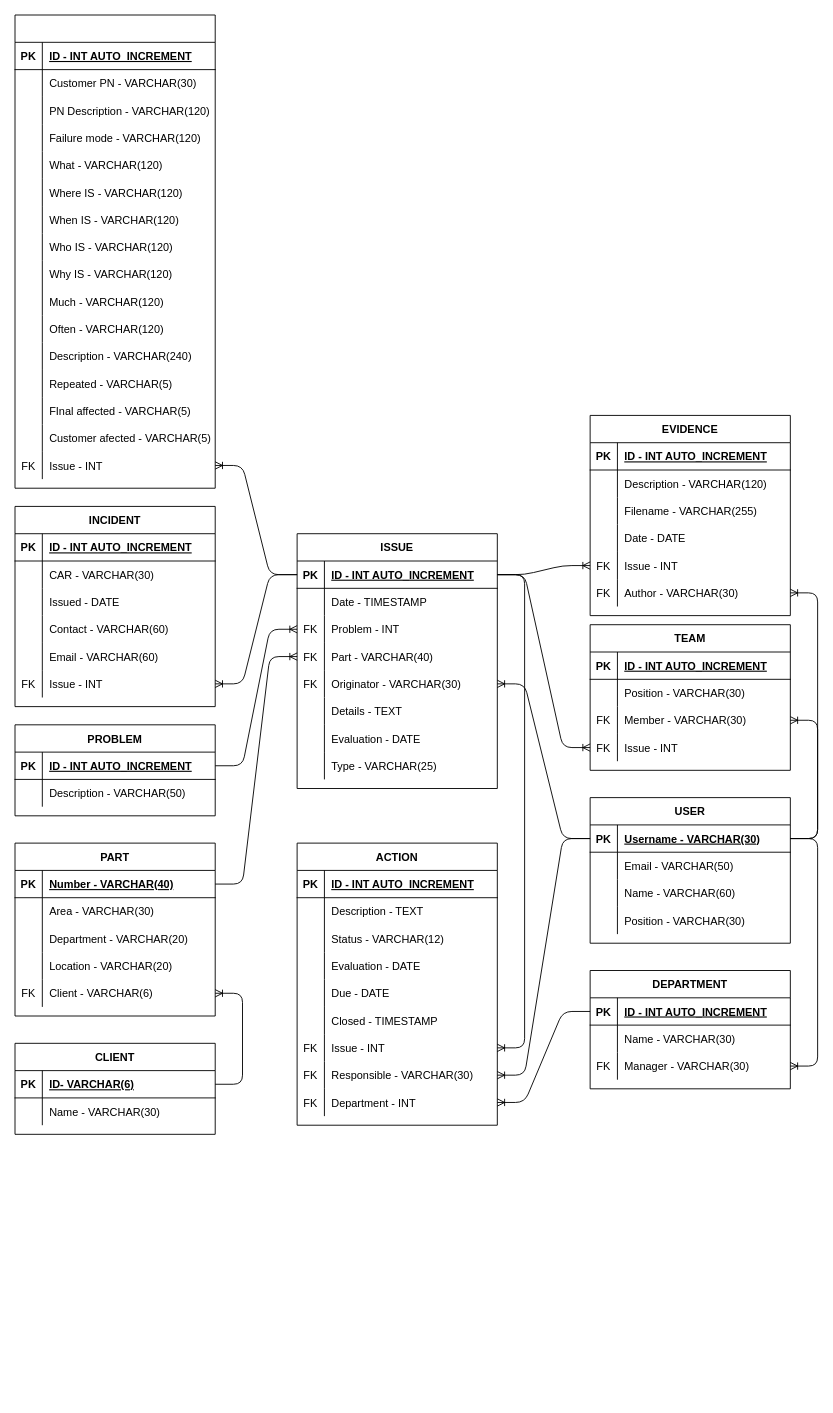
Above: api/db/model/TableDiagram.drawio in FFahrenheit/ScrapActionListAPI (draw.io), before the change. Source tidied: cells renumbered, new cells numbered last; positions are measured from the earlier drawing's top-left corner, leaving out a move shared by most shapes. Both pictures are drawn from the tidied source at 91%, with x=0, y=0 at pixel (15, 15).
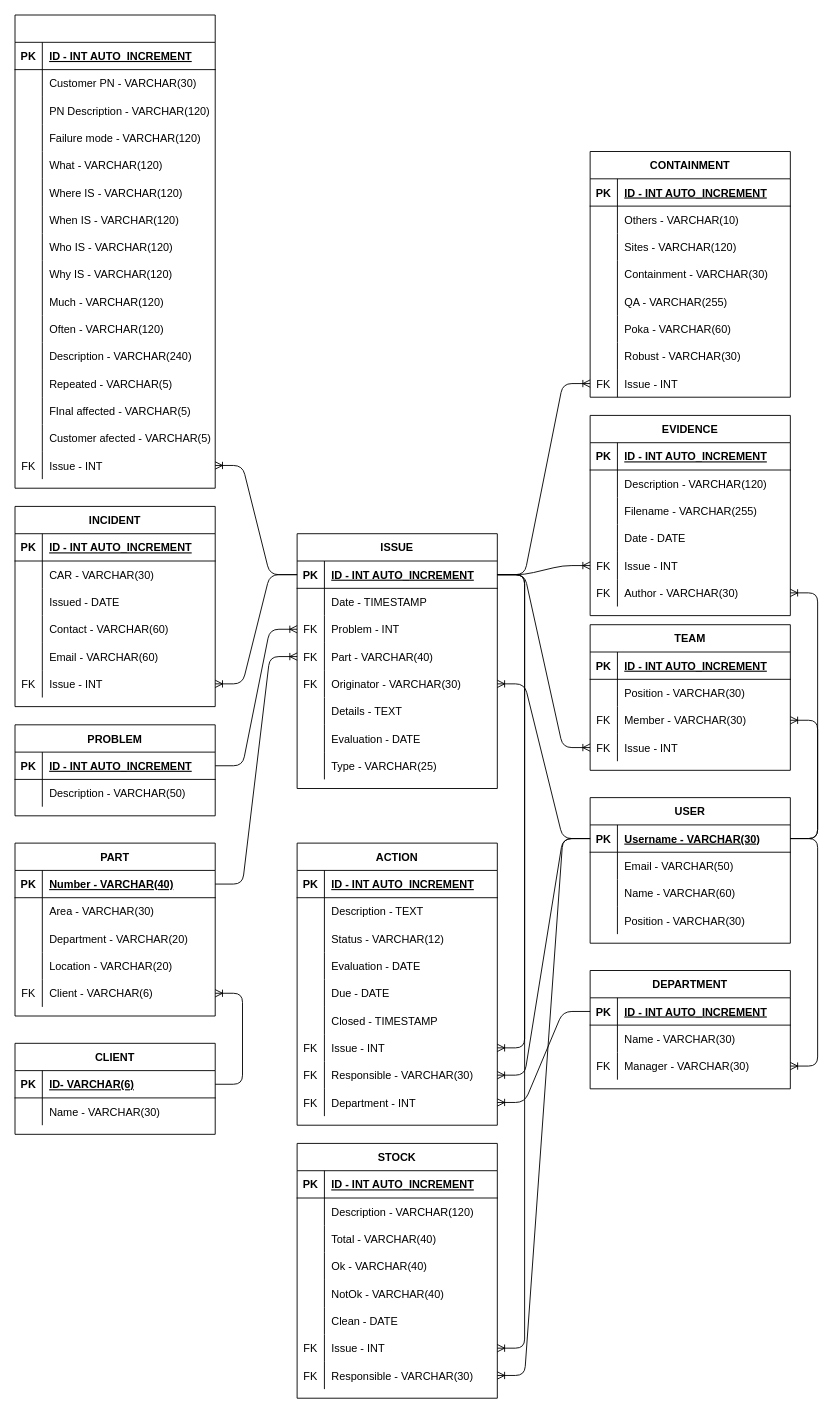
The same page after the edit.

Commit message (it also covers changes not shown here):
Agregado 3D a diagramas de la bd

The change refers to these unchanged cells:
```xml
<mxCell id="33" style="shape=partialRectangle;fillColor=none;top=0;left=0;bottom=1;right=0;points=[[0,0.5],[1,0.5]];portConstraint=eastwest;" parent="32" vertex="1">
  <mxGeometry y="30" width="220" height="30" as="geometry" />
</mxCell>
<mxCell id="58" style="shape=partialRectangle;fillColor=none;top=0;left=0;bottom=1;right=0;points=[[0,0.5],[1,0.5]];portConstraint=eastwest;" parent="57" vertex="1">
  <mxGeometry y="30" width="220" height="30" as="geometry" />
</mxCell>
```

Change to the diagram source:
```diff
@@
+    <mxCell id="222" value="CONTAINMENT" style="shape=table;startSize=30;childLayout=tableLayout;rowLines=0;fontStyle=1;align=center;" parent="1" vertex="1">
+      <mxGeometry x="632" y="150" width="220" height="270" as="geometry" />
+    </mxCell>
+    <mxCell id="223" style="shape=partialRectangle;fillColor=none;top=0;left=0;bottom=1;right=0;" parent="222" vertex="1">
+      <mxGeometry y="30" width="220" height="30" as="geometry" />
+    </mxCell>
+    <mxCell id="224" value="PK" style="shape=partialRectangle;fillColor=none;top=0;left=0;bottom=0;right=0;fontStyle=1;overflow=hidden;" parent="223" vertex="1">
+      <mxGeometry width="30" height="30" as="geometry" />
+    </mxCell>
+    <mxCell id="225" value="ID - INT AUTO_INCREMENT" style="shape=partialRectangle;fillColor=none;top=0;left=0;bottom=0;right=0;align=left;spacingLeft=6;fontStyle=5;overflow=hidden;" parent="223" vertex="1">
+      <mxGeometry x="30" width="190" height="30" as="geometry" />
+    </mxCell>
+    <mxCell id="226" style="shape=partialRectangle;fillColor=none;top=0;left=0;bottom=0;right=0;" parent="222" vertex="1">
+      <mxGeometry y="60" width="220" height="30" as="geometry" />
+    </mxCell>
+    <mxCell id="227" style="shape=partialRectangle;fillColor=none;top=0;left=0;bottom=0;right=0;overflow=hidden;" parent="226" vertex="1">
+      <mxGeometry width="30" height="30" as="geometry" />
+    </mxCell>
+    <mxCell id="228" value="Others - VARCHAR(10)" style="shape=partialRectangle;fillColor=none;top=0;left=0;bottom=0;right=0;align=left;spacingLeft=6;overflow=hidden;" parent="226" vertex="1">
+      <mxGeometry x="30" width="190" height="30" as="geometry" />
+    </mxCell>
+    <mxCell id="229" style="shape=partialRectangle;fillColor=none;top=0;left=0;bottom=0;right=0;" parent="222" vertex="1">
+      <mxGeometry y="90" width="220" height="30" as="geometry" />
+    </mxCell>
+    <mxCell id="230" style="shape=partialRectangle;fillColor=none;top=0;left=0;bottom=0;right=0;overflow=hidden;" parent="229" vertex="1">
+      <mxGeometry width="30" height="30" as="geometry" />
+    </mxCell>
+    <mxCell id="231" value="Sites - VARCHAR(120)" style="shape=partialRectangle;fillColor=none;top=0;left=0;bottom=0;right=0;align=left;spacingLeft=6;overflow=hidden;" parent="229" vertex="1">
+      <mxGeometry x="30" width="190" height="30" as="geometry" />
+    </mxCell>
+    <mxCell id="232" style="shape=partialRectangle;fillColor=none;top=0;left=0;bottom=0;right=0;" parent="222" vertex="1">
+      <mxGeometry y="120" width="220" height="30" as="geometry" />
+    </mxCell>
+    <mxCell id="233" style="shape=partialRectangle;fillColor=none;top=0;left=0;bottom=0;right=0;overflow=hidden;" parent="232" vertex="1">
+      <mxGeometry width="30" height="30" as="geometry" />
+    </mxCell>
+    <mxCell id="234" value="Containment - VARCHAR(30)" style="shape=partialRectangle;fillColor=none;top=0;left=0;bottom=0;right=0;align=left;spacingLeft=6;overflow=hidden;" parent="232" vertex="1">
+      <mxGeometry x="30" width="190" height="30" as="geometry" />
+    </mxCell>
+    <mxCell id="235" style="shape=partialRectangle;fillColor=none;top=0;left=0;bottom=0;right=0;" parent="222" vertex="1">
+      <mxGeometry y="150" width="220" height="30" as="geometry" />
+    </mxCell>
+    <mxCell id="236" style="shape=partialRectangle;fillColor=none;top=0;left=0;bottom=0;right=0;fontStyle=0;overflow=hidden;" parent="235" vertex="1">
+      <mxGeometry width="30" height="30" as="geometry" />
+    </mxCell>
+    <mxCell id="237" value="QA - VARCHAR(255)" style="shape=partialRectangle;fillColor=none;top=0;left=0;bottom=0;right=0;align=left;spacingLeft=6;fontStyle=0;overflow=hidden;" parent="235" vertex="1">
+      <mxGeometry x="30" width="190" height="30" as="geometry" />
+    </mxCell>
+    <mxCell id="238" style="shape=partialRectangle;fillColor=none;top=0;left=0;bottom=0;right=0;" parent="222" vertex="1">
+      <mxGeometry y="180" width="220" height="30" as="geometry" />
+    </mxCell>
+    <mxCell id="239" style="shape=partialRectangle;fillColor=none;top=0;left=0;bottom=0;right=0;overflow=hidden;" parent="238" vertex="1">
+      <mxGeometry width="30" height="30" as="geometry" />
+    </mxCell>
+    <mxCell id="240" value="Poka - VARCHAR(60)" style="shape=partialRectangle;fillColor=none;top=0;left=0;bottom=0;right=0;align=left;spacingLeft=6;overflow=hidden;" parent="238" vertex="1">
+      <mxGeometry x="30" width="190" height="30" as="geometry" />
+    </mxCell>
+    <mxCell id="241" style="shape=partialRectangle;fillColor=none;top=0;left=0;bottom=0;right=0;" parent="222" vertex="1">
+      <mxGeometry y="210" width="220" height="30" as="geometry" />
+    </mxCell>
+    <mxCell id="242" style="shape=partialRectangle;fillColor=none;top=0;left=0;bottom=0;right=0;overflow=hidden;" parent="241" vertex="1">
+      <mxGeometry width="30" height="30" as="geometry" />
+    </mxCell>
+    <mxCell id="243" value="Robust - VARCHAR(30)" style="shape=partialRectangle;fillColor=none;top=0;left=0;bottom=0;right=0;align=left;spacingLeft=6;overflow=hidden;" parent="241" vertex="1">
+      <mxGeometry x="30" width="190" height="30" as="geometry" />
+    </mxCell>
+    <mxCell id="244" style="shape=partialRectangle;fillColor=none;top=0;left=0;bottom=0;right=0;points=[[0,0.5],[1,0.5]];portConstraint=eastwest;" parent="222" vertex="1">
+      <mxGeometry y="240" width="220" height="30" as="geometry" />
+    </mxCell>
+    <mxCell id="245" value="FK" style="shape=partialRectangle;fillColor=none;top=0;left=0;bottom=0;right=0;fontStyle=0;overflow=hidden;" parent="244" vertex="1">
+      <mxGeometry width="30" height="30" as="geometry" />
+    </mxCell>
+    <mxCell id="246" value="Issue - INT" style="shape=partialRectangle;fillColor=none;top=0;left=0;bottom=0;right=0;align=left;spacingLeft=6;fontStyle=0;overflow=hidden;" parent="244" vertex="1">
+      <mxGeometry x="30" width="190" height="30" as="geometry" />
+    </mxCell>
+    <mxCell id="247" style="edgeStyle=entityRelationEdgeStyle;fontSize=12;html=1;endArrow=ERoneToMany;shadow=0;" parent="1" edge="1" source="33" target="244">
+      <mxGeometry relative="1" as="geometry" />
+    </mxCell>
+    <mxCell id="248" value="STOCK" style="shape=table;startSize=30;childLayout=tableLayout;rowLines=0;fontStyle=1;align=center;" parent="1" vertex="1">
+      <mxGeometry x="310" y="1240" width="220" height="280" as="geometry" />
+    </mxCell>
+    <mxCell id="249" style="shape=partialRectangle;fillColor=none;top=0;left=0;bottom=1;right=0;" parent="248" vertex="1">
+      <mxGeometry y="30" width="220" height="30" as="geometry" />
+    </mxCell>
+    <mxCell id="250" value="PK" style="shape=partialRectangle;fillColor=none;top=0;left=0;bottom=0;right=0;fontStyle=1;overflow=hidden;" parent="249" vertex="1">
+      <mxGeometry width="30" height="30" as="geometry" />
+    </mxCell>
+    <mxCell id="251" value="ID - INT AUTO_INCREMENT" style="shape=partialRectangle;fillColor=none;top=0;left=0;bottom=0;right=0;align=left;spacingLeft=6;fontStyle=5;overflow=hidden;" parent="249" vertex="1">
+      <mxGeometry x="30" width="190" height="30" as="geometry" />
+    </mxCell>
+    <mxCell id="252" style="shape=partialRectangle;fillColor=none;top=0;left=0;bottom=0;right=0;" parent="248" vertex="1">
+      <mxGeometry y="60" width="220" height="30" as="geometry" />
+    </mxCell>
+    <mxCell id="253" style="shape=partialRectangle;fillColor=none;top=0;left=0;bottom=0;right=0;overflow=hidden;" parent="252" vertex="1">
+      <mxGeometry width="30" height="30" as="geometry" />
+    </mxCell>
+    <mxCell id="254" value="Description - VARCHAR(120)" style="shape=partialRectangle;fillColor=none;top=0;left=0;bottom=0;right=0;align=left;spacingLeft=6;overflow=hidden;" parent="252" vertex="1">
+      <mxGeometry x="30" width="190" height="30" as="geometry" />
+    </mxCell>
+    <mxCell id="255" style="shape=partialRectangle;fillColor=none;top=0;left=0;bottom=0;right=0;" parent="248" vertex="1">
+      <mxGeometry y="90" width="220" height="30" as="geometry" />
+    </mxCell>
+    <mxCell id="256" style="shape=partialRectangle;fillColor=none;top=0;left=0;bottom=0;right=0;overflow=hidden;" parent="255" vertex="1">
+      <mxGeometry width="30" height="30" as="geometry" />
+    </mxCell>
+    <mxCell id="257" value="Total - VARCHAR(40)" style="shape=partialRectangle;fillColor=none;top=0;left=0;bottom=0;right=0;align=left;spacingLeft=6;overflow=hidden;" parent="255" vertex="1">
+      <mxGeometry x="30" width="190" height="30" as="geometry" />
+    </mxCell>
+    <mxCell id="258" style="shape=partialRectangle;fillColor=none;top=0;left=0;bottom=0;right=0;" parent="248" vertex="1">
+      <mxGeometry y="120" width="220" height="30" as="geometry" />
+    </mxCell>
+    <mxCell id="259" style="shape=partialRectangle;fillColor=none;top=0;left=0;bottom=0;right=0;overflow=hidden;" parent="258" vertex="1">
+      <mxGeometry width="30" height="30" as="geometry" />
+    </mxCell>
+    <mxCell id="260" value="Ok - VARCHAR(40)" style="shape=partialRectangle;fillColor=none;top=0;left=0;bottom=0;right=0;align=left;spacingLeft=6;overflow=hidden;" parent="258" vertex="1">
+      <mxGeometry x="30" width="190" height="30" as="geometry" />
+    </mxCell>
+    <mxCell id="261" style="shape=partialRectangle;fillColor=none;top=0;left=0;bottom=0;right=0;" parent="248" vertex="1">
+      <mxGeometry y="150" width="220" height="30" as="geometry" />
+    </mxCell>
+    <mxCell id="262" style="shape=partialRectangle;fillColor=none;top=0;left=0;bottom=0;right=0;overflow=hidden;" parent="261" vertex="1">
+      <mxGeometry width="30" height="30" as="geometry" />
+    </mxCell>
+    <mxCell id="263" value="NotOk - VARCHAR(40)" style="shape=partialRectangle;fillColor=none;top=0;left=0;bottom=0;right=0;align=left;spacingLeft=6;overflow=hidden;" parent="261" vertex="1">
+      <mxGeometry x="30" width="190" height="30" as="geometry" />
+    </mxCell>
+    <mxCell id="264" style="shape=partialRectangle;fillColor=none;top=0;left=0;bottom=0;right=0;" parent="248" vertex="1">
+      <mxGeometry y="180" width="220" height="30" as="geometry" />
+    </mxCell>
+    <mxCell id="265" style="shape=partialRectangle;fillColor=none;top=0;left=0;bottom=0;right=0;overflow=hidden;" parent="264" vertex="1">
+      <mxGeometry width="30" height="30" as="geometry" />
+    </mxCell>
+    <mxCell id="266" value="Clean - DATE" style="shape=partialRectangle;fillColor=none;top=0;left=0;bottom=0;right=0;align=left;spacingLeft=6;overflow=hidden;" parent="264" vertex="1">
+      <mxGeometry x="30" width="190" height="30" as="geometry" />
+    </mxCell>
+    <mxCell id="267" style="shape=partialRectangle;fillColor=none;top=0;left=0;bottom=0;right=0;points=[[0,0.5],[1,0.5]];portConstraint=eastwest;" parent="248" vertex="1">
+      <mxGeometry y="210" width="220" height="30" as="geometry" />
+    </mxCell>
+    <mxCell id="268" value="FK" style="shape=partialRectangle;fillColor=none;top=0;left=0;bottom=0;right=0;fontStyle=0;overflow=hidden;" parent="267" vertex="1">
+      <mxGeometry width="30" height="30" as="geometry" />
+    </mxCell>
+    <mxCell id="269" value="Issue - INT " style="shape=partialRectangle;fillColor=none;top=0;left=0;bottom=0;right=0;align=left;spacingLeft=6;fontStyle=0;overflow=hidden;" parent="267" vertex="1">
+      <mxGeometry x="30" width="190" height="30" as="geometry" />
+    </mxCell>
+    <mxCell id="270" style="shape=partialRectangle;fillColor=none;top=0;left=0;bottom=0;right=0;points=[[0,0.5],[1,0.5]];portConstraint=eastwest;" parent="248" vertex="1">
+      <mxGeometry y="240" width="220" height="30" as="geometry" />
+    </mxCell>
+    <mxCell id="271" value="FK" style="shape=partialRectangle;fillColor=none;top=0;left=0;bottom=0;right=0;fontStyle=0;overflow=hidden;" parent="270" vertex="1">
+      <mxGeometry width="30" height="30" as="geometry" />
+    </mxCell>
+    <mxCell id="272" value="Responsible - VARCHAR(30)" style="shape=partialRectangle;fillColor=none;top=0;left=0;bottom=0;right=0;align=left;spacingLeft=6;fontStyle=0;overflow=hidden;" parent="270" vertex="1">
+      <mxGeometry x="30" width="190" height="30" as="geometry" />
+    </mxCell>
+    <mxCell id="273" style="edgeStyle=entityRelationEdgeStyle;fontSize=12;html=1;endArrow=ERoneToMany;shadow=0;exitX=0;exitY=0.5;exitDx=0;exitDy=0;entryX=1;entryY=0.5;entryDx=0;entryDy=0;" parent="1" edge="1" source="58" target="270">
+      <mxGeometry relative="1" as="geometry" />
+    </mxCell>
+    <mxCell id="274" style="edgeStyle=entityRelationEdgeStyle;fontSize=12;html=1;endArrow=ERoneToMany;sketch=0;shadow=0;exitX=1;exitY=0.5;exitDx=0;exitDy=0;" parent="1" edge="1" source="33" target="267">
+      <mxGeometry relative="1" as="geometry" />
+    </mxCell>
```
